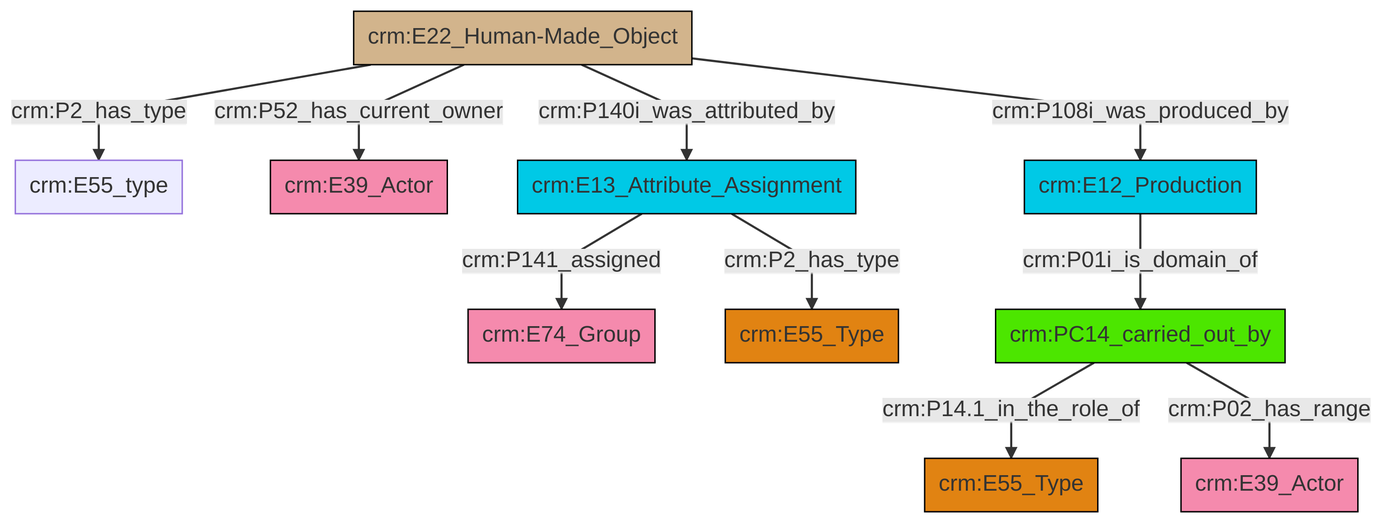
Earlier version of the Mermaid export et/builtWorkCSV/ttl/mmd/png/Built_Work_actor_relations.png (swiss-art-research-net/docs.swissartresearch). Its source is kept beside it as et/builtWorkCSV/ttl/mmd/Built_Work_actor_relations.ttl.mmd.
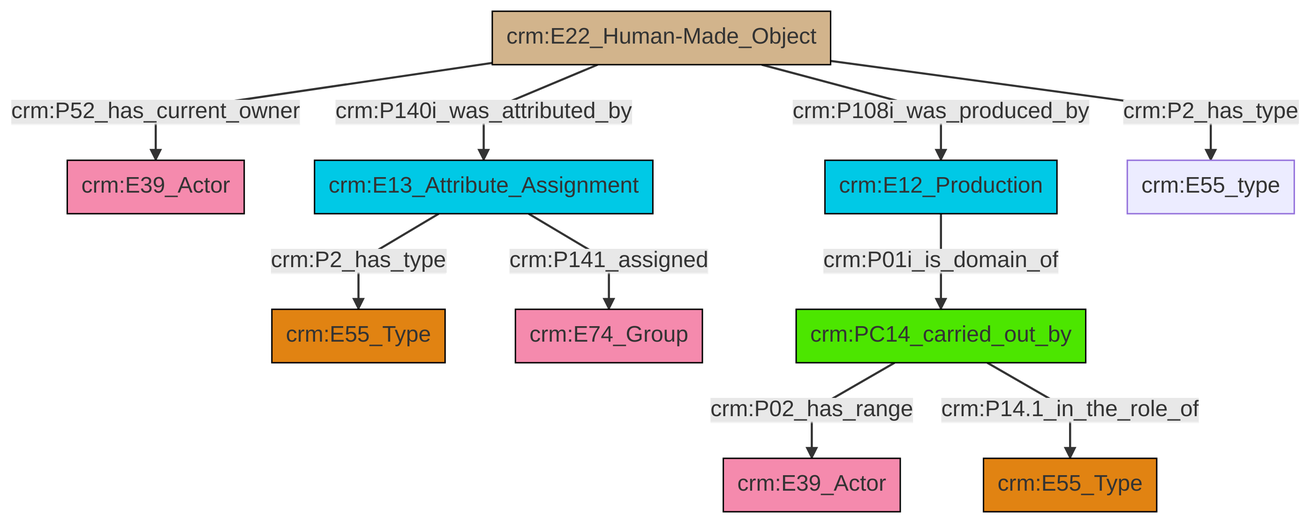
The same file after the commit.

Change to the diagram source:
```diff
@@ -13,12 +13,12 @@
 classDef PC_Classes fill:#4ce600, stroke:#000000;
 classDef Multi fill:#cccccc,stroke:#000000;
 
-4["crm:E22_Human-Made_Object"]:::Physical_Thing -->|crm:P2_has_type| 5["crm:E55_type"]:::Default
-4["crm:E22_Human-Made_Object"]:::Physical_Thing -->|crm:P52_has_current_owner| 6["crm:E39_Actor"]:::Actor
-10["crm:PC14_carried_out_by"]:::PC_Classes -->|crm:P14.1_in_the_role_of| 11["crm:E55_Type"]:::Type
-4["crm:E22_Human-Made_Object"]:::Physical_Thing -->|crm:P140i_was_attributed_by| 8["crm:E13_Attribute_Assignment"]:::Temporal_Entity
-10["crm:PC14_carried_out_by"]:::PC_Classes -->|crm:P02_has_range| 17["crm:E39_Actor"]:::Actor
-4["crm:E22_Human-Made_Object"]:::Physical_Thing -->|crm:P108i_was_produced_by| 2["crm:E12_Production"]:::Temporal_Entity
-2["crm:E12_Production"]:::Temporal_Entity -->|crm:P01i_is_domain_of| 10["crm:PC14_carried_out_by"]:::PC_Classes
-8["crm:E13_Attribute_Assignment"]:::Temporal_Entity -->|crm:P141_assigned| 15["crm:E74_Group"]:::Actor
-8["crm:E13_Attribute_Assignment"]:::Temporal_Entity -->|crm:P2_has_type| 0["crm:E55_Type"]:::Type
+2["crm:E22_Human-Made_Object"]:::Physical_Thing -->|crm:P52_has_current_owner| 3["crm:E39_Actor"]:::Actor
+9["crm:PC14_carried_out_by"]:::PC_Classes -->|crm:P02_has_range| 6["crm:E39_Actor"]:::Actor
+9["crm:PC14_carried_out_by"]:::PC_Classes -->|crm:P14.1_in_the_role_of| 11["crm:E55_Type"]:::Type
+2["crm:E22_Human-Made_Object"]:::Physical_Thing -->|crm:P140i_was_attributed_by| 12["crm:E13_Attribute_Assignment"]:::Temporal_Entity
+2["crm:E22_Human-Made_Object"]:::Physical_Thing -->|crm:P108i_was_produced_by| 0["crm:E12_Production"]:::Temporal_Entity
+2["crm:E22_Human-Made_Object"]:::Physical_Thing -->|crm:P2_has_type| 16["crm:E55_type"]:::Default
+12["crm:E13_Attribute_Assignment"]:::Temporal_Entity -->|crm:P2_has_type| 4["crm:E55_Type"]:::Type
+0["crm:E12_Production"]:::Temporal_Entity -->|crm:P01i_is_domain_of| 9["crm:PC14_carried_out_by"]:::PC_Classes
+12["crm:E13_Attribute_Assignment"]:::Temporal_Entity -->|crm:P141_assigned| 18["crm:E74_Group"]:::Actor
```
